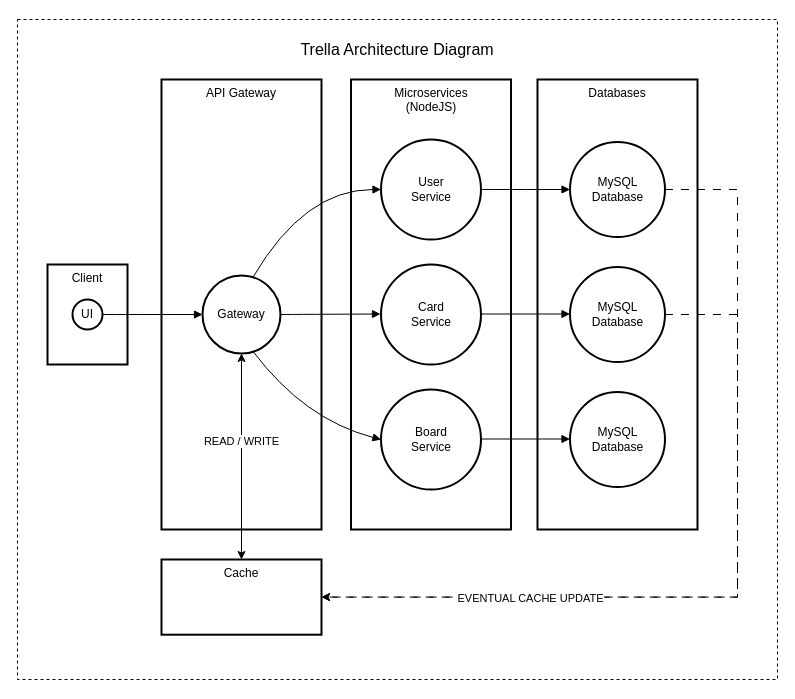
The draw.io diagram docs/Trella Architecture Diagram.drawio in odilonv/Trella, before the edit. Source tidied: cells renumbered, new cells numbered last; positions are measured from the earlier drawing's top-left corner, leaving out a move shared by most shapes. Both pictures are drawn from the tidied source at 100%, with x=0, y=0 at pixel (17, 19).
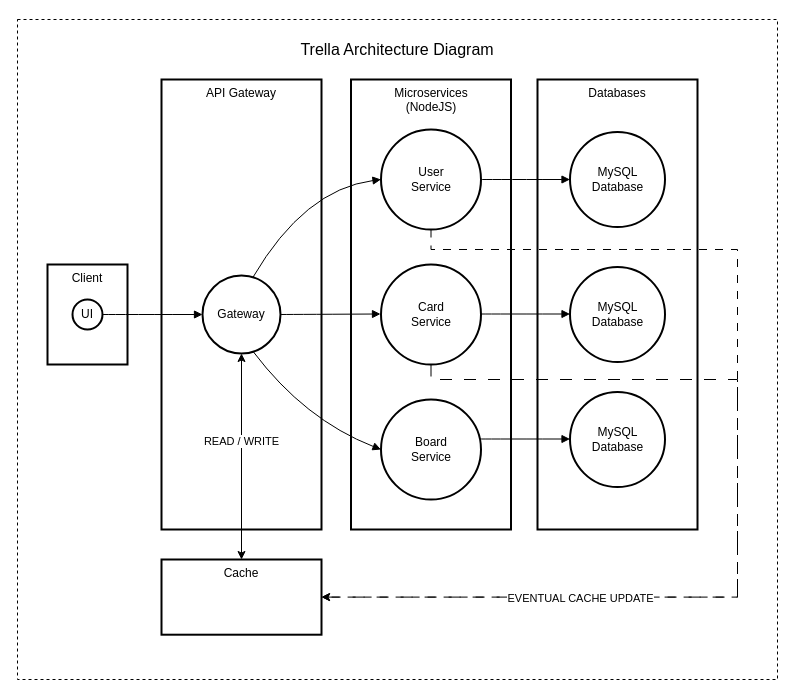
After the change.

Unchanged cells that the change refers to:
```xml
<mxCell id="7" value="Card&#10;Service" style="ellipse;strokeWidth=2;whiteSpace=wrap;" parent="1" vertex="1">
  <mxGeometry x="363.5" y="245" width="100" height="100" as="geometry" />
</mxCell>
<mxCell id="23" value="MySQL&#10;Database" style="ellipse;strokeWidth=2;whiteSpace=wrap;" parent="1" vertex="1">
  <mxGeometry x="552.5" y="247.5" width="95" height="95" as="geometry" />
</mxCell>
<mxCell id="27" value="Cache" style="whiteSpace=wrap;strokeWidth=2;verticalAlign=top;" parent="1" vertex="1">
  <mxGeometry x="144" y="540" width="160" height="75.2" as="geometry" />
</mxCell>
```

The edit, as a diff of the source:
```diff
@@
     <mxCell id="4" value="User&#10;Service" style="ellipse;strokeWidth=2;whiteSpace=wrap;" parent="1" vertex="1">
-      <mxGeometry x="363.5" y="120" width="100" height="100" as="geometry" />
+      <mxGeometry x="363.5" y="110" width="100" height="100" as="geometry" />
     </mxCell>
@@
     <mxCell id="8" value="Board&#10;Service" style="ellipse;strokeWidth=2;whiteSpace=wrap;" parent="1" vertex="1">
-      <mxGeometry x="363.5" y="370" width="100" height="100" as="geometry" />
+      <mxGeometry x="363.5" y="380" width="100" height="100" as="geometry" />
     </mxCell>
@@
-    <mxCell id="10" style="edgeStyle=orthogonalEdgeStyle;rounded=0;jettySize=auto;html=1;exitX=1;exitY=0.5;exitDx=0;exitDy=0;entryX=1;entryY=0.5;entryDx=0;entryDy=0;dashed=1;dashPattern=8 8;" parent="1" edge="1" source="11" target="27">
+    <mxCell id="10" style="edgeStyle=orthogonalEdgeStyle;rounded=0;jettySize=auto;html=1;exitX=1;exitY=0.5;exitDx=0;exitDy=0;entryX=1;entryY=0.5;entryDx=0;entryDy=0;dashed=1;dashPattern=8 8;" parent="1" edge="1" target="27">
       <mxGeometry relative="1" as="geometry">
+        <mxPoint x="413.5" y="210" as="sourcePoint" />
         <Array as="points">
-          <mxPoint x="720" y="170" />
+          <mxPoint x="414" y="230" />
+          <mxPoint x="720" y="230" />
           <mxPoint x="720" y="578" />
         </Array>
       </mxGeometry>
     </mxCell>
     <mxCell id="11" value="MySQL&#10;Database" style="ellipse;strokeWidth=2;whiteSpace=wrap;" parent="1" vertex="1">
-      <mxGeometry x="552.5" y="122.5" width="95" height="95" as="geometry" />
+      <mxGeometry x="552.5" y="112.5" width="95" height="95" as="geometry" />
     </mxCell>
@@
-    <mxCell id="21" style="edgeStyle=orthogonalEdgeStyle;rounded=0;jettySize=auto;html=1;exitX=1;exitY=0.5;exitDx=0;exitDy=0;entryX=1;entryY=0.5;entryDx=0;entryDy=0;dashed=1;dashPattern=8 8;" parent="1" edge="1" source="23" target="27">
+    <mxCell id="21" style="edgeStyle=orthogonalEdgeStyle;rounded=0;jettySize=auto;html=1;exitX=0.5;exitY=1;exitDx=0;exitDy=0;entryX=1;entryY=0.5;entryDx=0;entryDy=0;dashed=1;dashPattern=12 12;" parent="1" edge="1" source="7" target="27">
       <mxGeometry relative="1" as="geometry">
         <Array as="points">
-          <mxPoint x="720" y="295" />
+          <mxPoint x="414" y="360" />
+          <mxPoint x="720" y="360" />
           <mxPoint x="720" y="578" />
         </Array>
       </mxGeometry>
     </mxCell>
```
